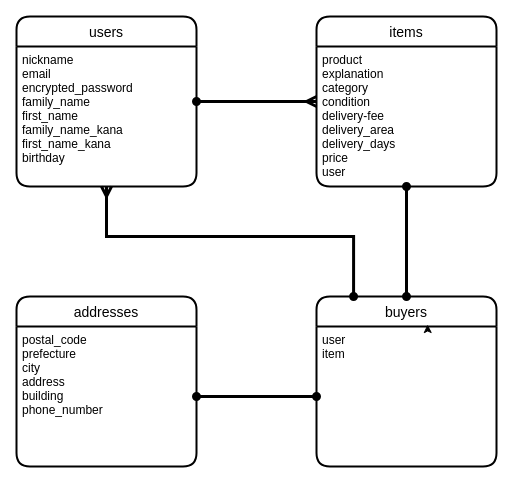
The draw.io diagram furima.dio in sayaka-ando/furima-32554, before the edit. Source tidied: cells renumbered, new cells numbered last; positions are measured from the earlier drawing's top-left corner, leaving out a move shared by most shapes. Both pictures are drawn from the tidied source at 100%, with x=0, y=0 at pixel (16, 16).
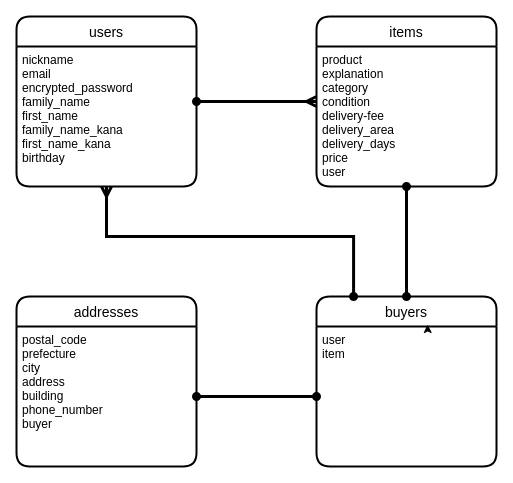
Above is the later version.

Commit message (it also covers changes not shown here):
emailの重複を防ぐ記述

What changed in the source:
```diff
@@
 <mxGraphModel>
   <root>
     <mxCell id="0" />
     <mxCell id="1" parent="0" />
     <mxCell id="2" value="users" style="swimlane;horizontal=1;startSize=30;rounded=1;fontSize=14;fontStyle=0;strokeWidth=2;shadow=0;dashed=0;align=center;" parent="1" vertex="1">
       <mxGeometry width="180" height="170" as="geometry" />
     </mxCell>
     <mxCell id="3" value="nickname&#10;email&#10;encrypted_password&#10;family_name&#10;first_name&#10;family_name_kana&#10;first_name_kana&#10;birthday" style="align=left;strokeColor=none;fillColor=none;spacingLeft=4;fontSize=12;verticalAlign=top;" parent="2" vertex="1">
       <mxGeometry y="30" width="180" height="140" as="geometry" />
     </mxCell>
     <mxCell id="4" style="edgeStyle=orthogonalEdgeStyle;rounded=0;jettySize=auto;html=1;exitX=0;exitY=0.5;exitDx=0;exitDy=0;entryX=1;entryY=0.5;entryDx=0;entryDy=0;endArrow=oval;endFill=1;startArrow=ERmany;startFill=0;strokeWidth=3;" parent="1" edge="1" source="5" target="2">
       <mxGeometry relative="1" as="geometry" />
     </mxCell>
     <mxCell id="5" value="items" style="swimlane;horizontal=1;startSize=30;rounded=1;fontSize=14;fontStyle=0;strokeWidth=2;shadow=0;dashed=0;align=center;" parent="1" vertex="1">
       <mxGeometry x="300" width="180" height="170" as="geometry" />
     </mxCell>
     <mxCell id="6" value="product&#10;explanation&#10;category&#10;condition&#10;delivery-fee&#10;delivery_area&#10;delivery_days&#10;price&#10;user" style="align=left;strokeColor=none;fillColor=none;spacingLeft=4;fontSize=12;verticalAlign=top;" parent="5" vertex="1">
       <mxGeometry y="30" width="180" height="140" as="geometry" />
     </mxCell>
     <mxCell id="7" value="addresses" style="swimlane;horizontal=1;startSize=30;rounded=1;fontSize=14;fontStyle=0;strokeWidth=2;shadow=0;dashed=0;align=center;" parent="1" vertex="1">
       <mxGeometry y="280" width="180" height="170" as="geometry" />
     </mxCell>
-    <mxCell id="8" value="postal_code&#10;prefecture&#10;city&#10;address&#10;building&#10;phone_number" style="align=left;strokeColor=none;fillColor=none;spacingLeft=4;fontSize=12;verticalAlign=top;" parent="7" vertex="1">
+    <mxCell id="8" value="postal_code&#10;prefecture&#10;city&#10;address&#10;building&#10;phone_number&#10;buyer" style="align=left;strokeColor=none;fillColor=none;spacingLeft=4;fontSize=12;verticalAlign=top;" parent="7" vertex="1">
       <mxGeometry y="30" width="180" height="140" as="geometry" />
     </mxCell>
     <mxCell id="9" value="buyers" style="swimlane;horizontal=1;startSize=30;rounded=1;fontSize=14;fontStyle=0;strokeWidth=2;shadow=0;dashed=0;align=center;" parent="1" vertex="1">
       <mxGeometry x="300" y="280" width="180" height="170" as="geometry" />
     </mxCell>
     <mxCell id="10" value="user&#10;item" style="align=left;strokeColor=none;fillColor=none;spacingLeft=4;fontSize=12;verticalAlign=top;" parent="9" vertex="1">
       <mxGeometry y="30" width="180" height="140" as="geometry" />
     </mxCell>
     <mxCell id="11" style="edgeStyle=orthogonalEdgeStyle;rounded=0;orthogonalLoop=1;jettySize=auto;html=1;exitX=0.75;exitY=0;exitDx=0;exitDy=0;entryX=0.617;entryY=-0.014;entryDx=0;entryDy=0;entryPerimeter=0;" parent="9" edge="1" source="10" target="10">
       <mxGeometry relative="1" as="geometry" />
     </mxCell>
     <mxCell id="12" style="edgeStyle=orthogonalEdgeStyle;rounded=0;jettySize=auto;html=1;exitX=0.5;exitY=1;exitDx=0;exitDy=0;entryX=0.5;entryY=0;entryDx=0;entryDy=0;startArrow=oval;startFill=1;endArrow=oval;endFill=1;strokeWidth=3;" parent="1" edge="1" source="6" target="9">
       <mxGeometry relative="1" as="geometry" />
     </mxCell>
     <mxCell id="13" style="edgeStyle=orthogonalEdgeStyle;rounded=0;jettySize=auto;html=1;exitX=1;exitY=0.5;exitDx=0;exitDy=0;startArrow=oval;startFill=1;endArrow=oval;endFill=1;strokeWidth=3;" parent="1" edge="1" source="8">
       <mxGeometry relative="1" as="geometry">
         <mxPoint x="300" y="380" as="targetPoint" />
       </mxGeometry>
     </mxCell>
     <mxCell id="14" style="edgeStyle=orthogonalEdgeStyle;rounded=0;jettySize=auto;html=1;exitX=0.206;exitY=0;exitDx=0;exitDy=0;startArrow=oval;startFill=1;endArrow=ERmany;endFill=0;strokeWidth=3;exitPerimeter=0;" parent="1" edge="1" source="9">
       <mxGeometry relative="1" as="geometry">
         <mxPoint x="90" y="170" as="targetPoint" />
         <Array as="points">
           <mxPoint x="337" y="220" />
           <mxPoint x="90" y="220" />
         </Array>
       </mxGeometry>
     </mxCell>
   </root>
 </mxGraphModel>
```
